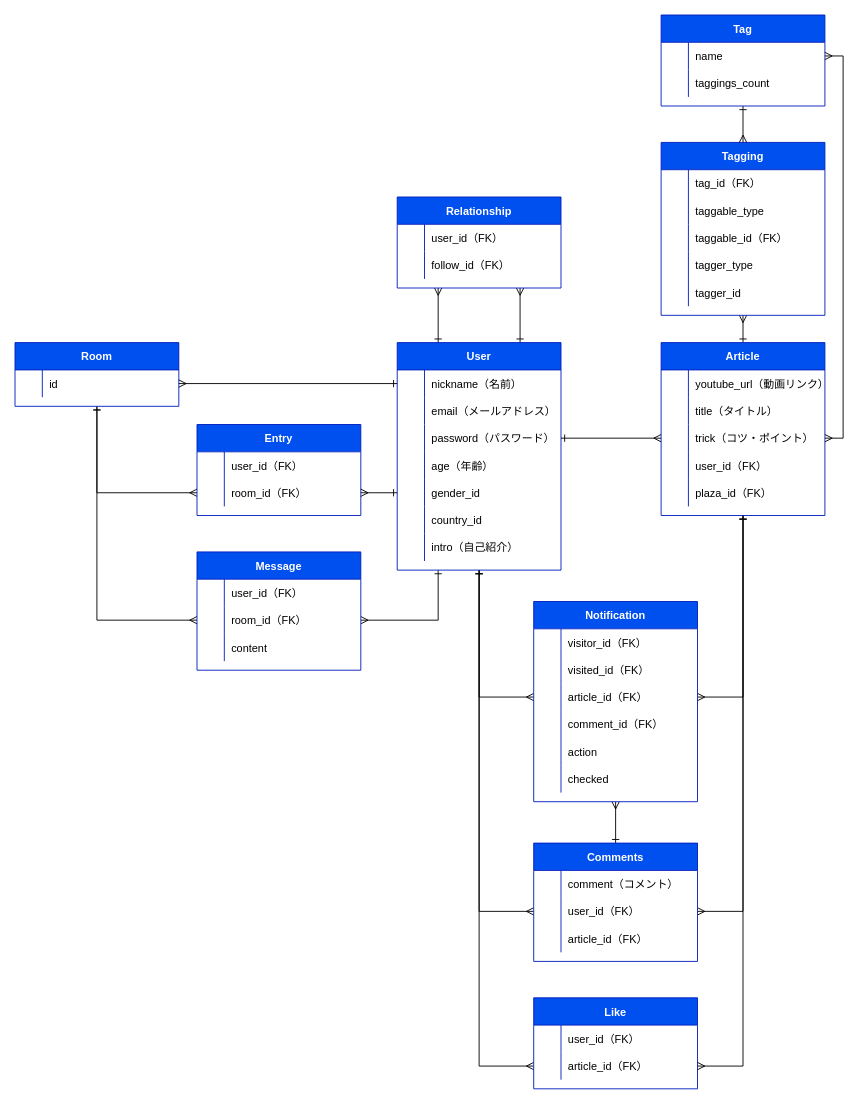
Above: kchannel.dio in soozeay/k-channel (draw.io), before the change. Source tidied: cells renumbered, new cells numbered last; positions are measured from the earlier drawing's top-left corner, leaving out a move shared by most shapes. Both pictures are drawn from the tidied source at 91%, with x=0, y=0 at pixel (15, 15).
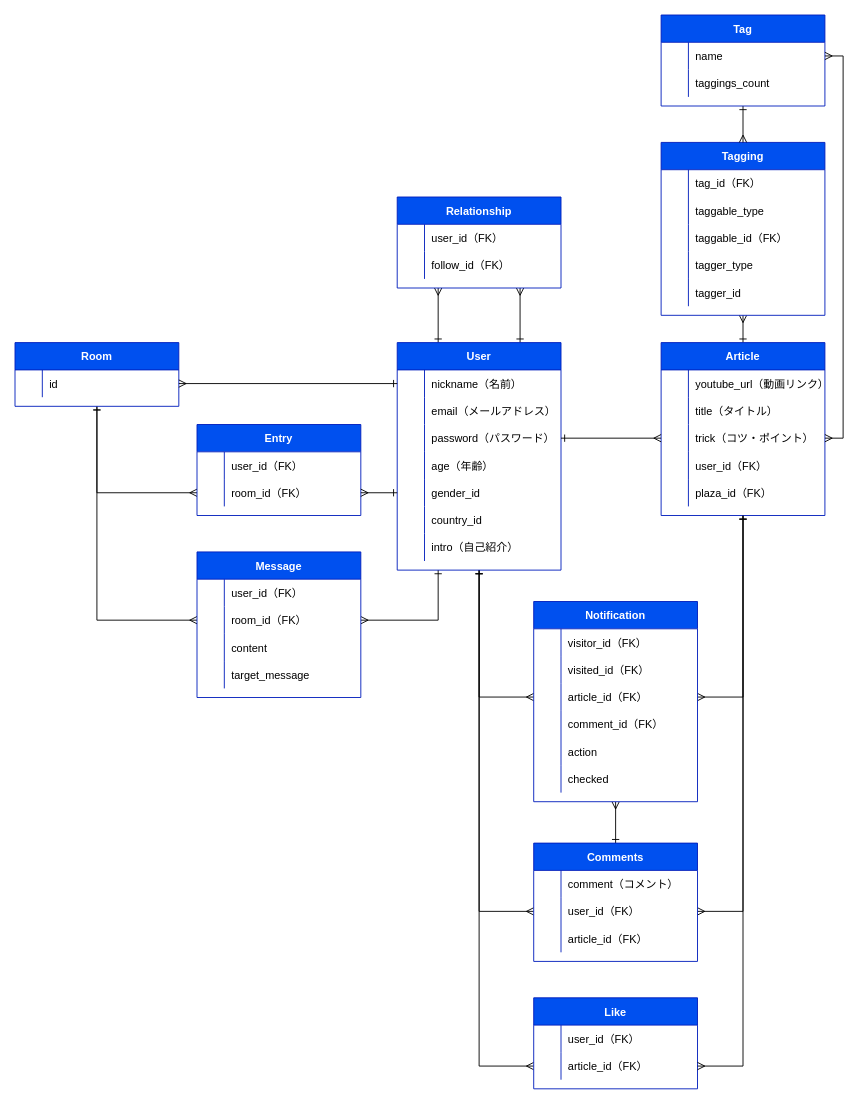
After the change.

Commit message (it also covers changes not shown here):
READMEとER図を修正

Change to the diagram source:
```diff
@@
     <mxCell id="117" value="Message" style="shape=table;startSize=30;childLayout=tableLayout;rowLines=0;fontStyle=1;align=center;fillColor=#0050ef;strokeColor=#001DBC;swimlaneFillColor=#ffffff;fontColor=#ffffff;" parent="1" vertex="1">
-      <mxGeometry x="200" y="590" width="180" height="130" as="geometry" />
+      <mxGeometry x="200" y="590" width="180" height="160" as="geometry" />
     </mxCell>
@@
+    <mxCell id="146" style="shape=partialRectangle;fillColor=none;top=0;left=0;bottom=0;right=0;" parent="117" vertex="1">
+      <mxGeometry y="120" width="180" height="30" as="geometry" />
+    </mxCell>
+    <mxCell id="147" style="shape=partialRectangle;fillColor=none;top=0;left=0;bottom=0;right=0;overflow=hidden;" parent="146" vertex="1">
+      <mxGeometry width="30" height="30" as="geometry" />
+    </mxCell>
+    <mxCell id="148" value="target_message" style="shape=partialRectangle;fillColor=none;top=0;left=0;bottom=0;right=0;align=left;spacingLeft=6;overflow=hidden;fontColor=#000000;" parent="146" vertex="1">
+      <mxGeometry x="30" width="150" height="30" as="geometry" />
+    </mxCell>
```
